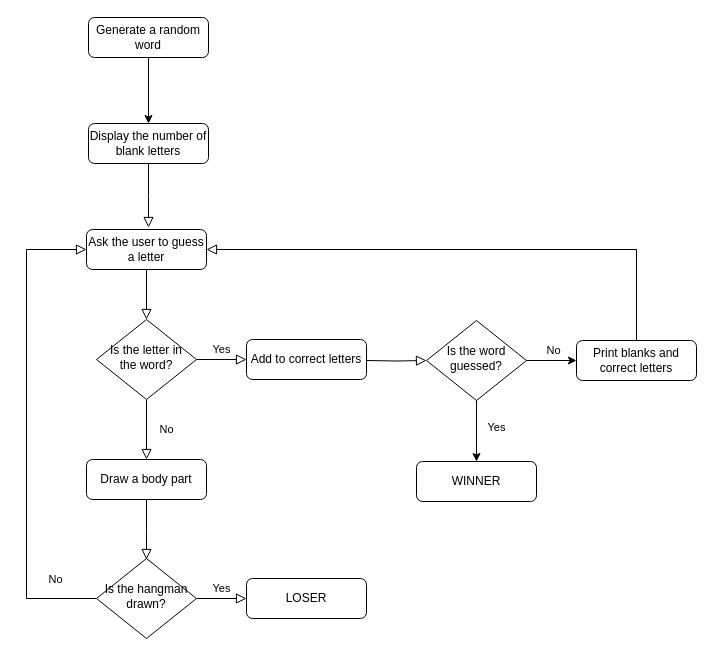
Before: hangman.drawio in clintio/100-Python-Challenges, a draw.io diagram. Source tidied: cells renumbered, new cells numbered last; positions are measured from the earlier drawing's top-left corner, leaving out a move shared by most shapes. Both pictures are drawn from the tidied source at 100%, with x=0, y=0 at pixel (26, 17).
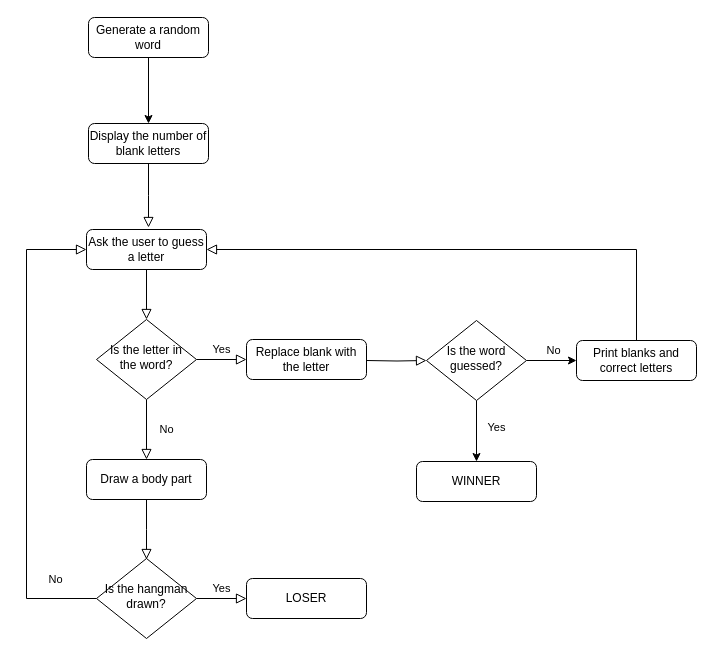
After the change.

The edit, as a diff of the source:
```diff
@@
-    <mxCell id="7" value="Add to correct letters" style="rounded=1;whiteSpace=wrap;html=1;fontSize=12;glass=0;strokeWidth=1;shadow=0;" parent="1" vertex="1">
+    <mxCell id="7" value="Replace blank with the letter" style="rounded=1;whiteSpace=wrap;html=1;fontSize=12;glass=0;strokeWidth=1;shadow=0;" parent="1" vertex="1">
       <mxGeometry x="220" y="322" width="120" height="40" as="geometry" />
     </mxCell>
```
